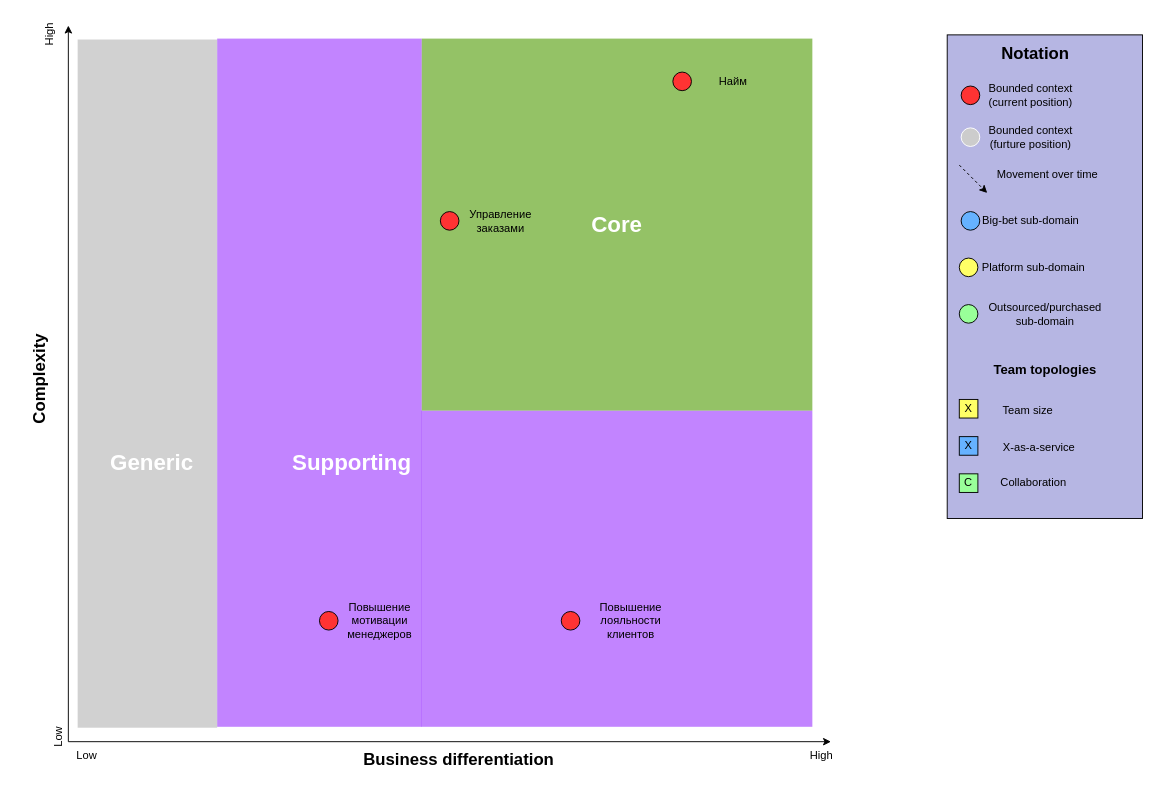
Above: draw/core-domain-chart.drawio in OkinawaNet/MCF (draw.io), before the change. Source tidied: cells renumbered, new cells numbered last; positions are measured from the earlier drawing's top-left corner, leaving out a move shared by most shapes. Both pictures are drawn from the tidied source at 93%, with x=0, y=0 at pixel (21, 25).
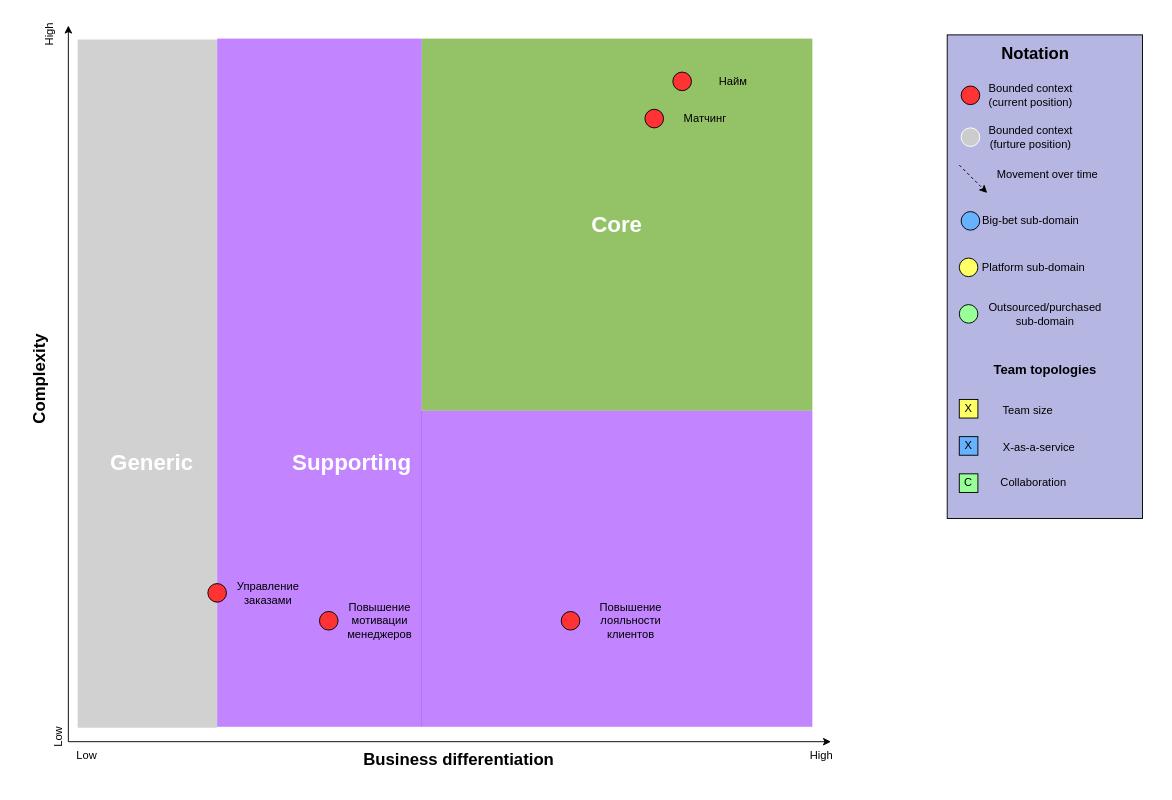
The same page after the edit.

Diff of the diagram source:
```diff
@@
-    <mxCell id="25" style="group;" parent="20" vertex="1">
-      <mxGeometry x="450" y="200" width="130" height="20" as="geometry" />
-    </mxCell>
-    <mxCell id="26" style="ellipse;whiteSpace=wrap;html=1;fillColor=#FF3333;" parent="25" vertex="1">
-      <mxGeometry width="20" height="20" as="geometry" />
-    </mxCell>
-    <mxCell id="27" value="Управление заказами" style="text;html=1;strokeColor=none;fillColor=none;align=center;verticalAlign=middle;whiteSpace=wrap;rounded=0;" parent="25" vertex="1">
-      <mxGeometry x="10" width="110" height="20" as="geometry" />
-    </mxCell>
@@
+    <mxCell id="61" value="Управление заказами" style="text;html=1;strokeColor=none;fillColor=none;align=center;verticalAlign=middle;whiteSpace=wrap;rounded=0;" parent="20" vertex="1">
+      <mxGeometry x="210" y="600" width="110" height="20" as="geometry" />
+    </mxCell>
+    <mxCell id="62" style="ellipse;whiteSpace=wrap;html=1;fillColor=#FF3333;" parent="20" vertex="1">
+      <mxGeometry x="200" y="600" width="20" height="20" as="geometry" />
+    </mxCell>
+    <mxCell id="26" style="ellipse;whiteSpace=wrap;html=1;fillColor=#FF3333;" parent="20" vertex="1">
+      <mxGeometry x="670" y="90" width="20" height="20" as="geometry" />
+    </mxCell>
+    <mxCell id="27" value="Матчинг" style="text;html=1;strokeColor=none;fillColor=none;align=center;verticalAlign=middle;whiteSpace=wrap;rounded=0;" parent="20" vertex="1">
+      <mxGeometry x="680" y="90" width="110" height="20" as="geometry" />
+    </mxCell>
```
